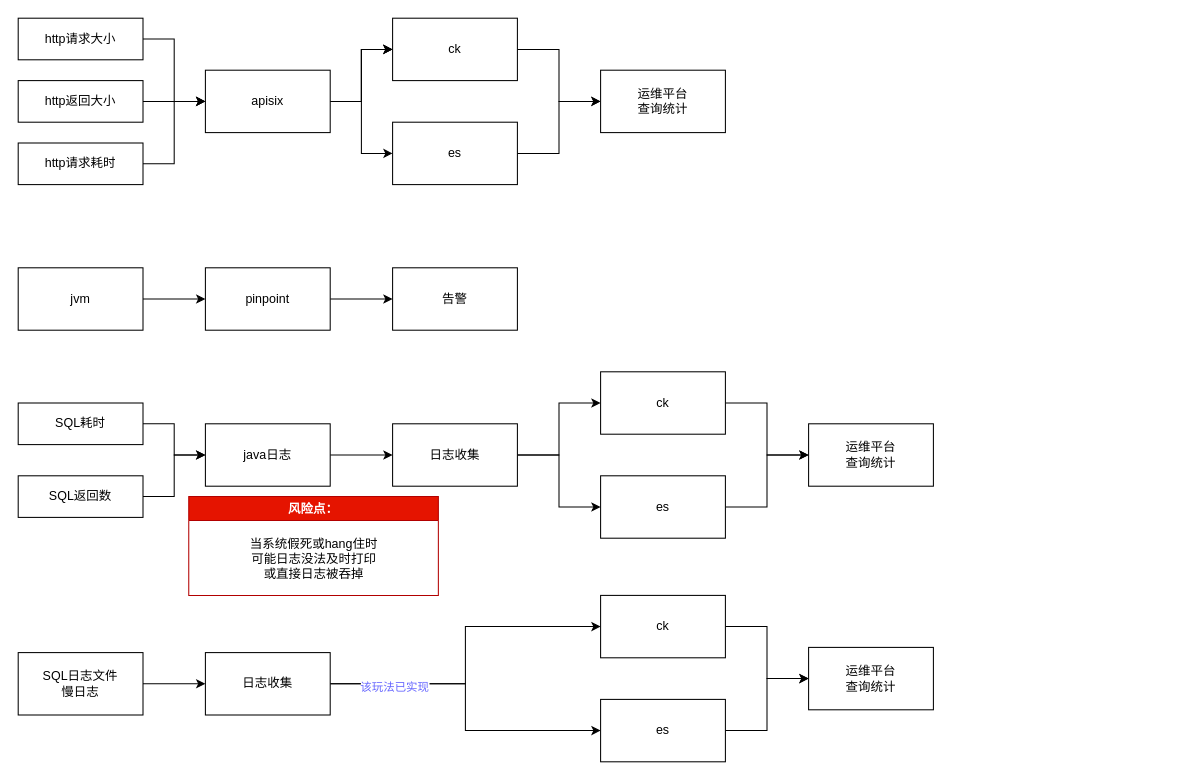
Above: 监控流程.drawio in leafimmortal/my-drawio (draw.io), before the change. Source tidied: cells renumbered, new cells numbered last; positions are measured from the earlier drawing's top-left corner, leaving out a move shared by most shapes. Both pictures are drawn from the tidied source at 104%, with x=0, y=0 at pixel (18, 18).
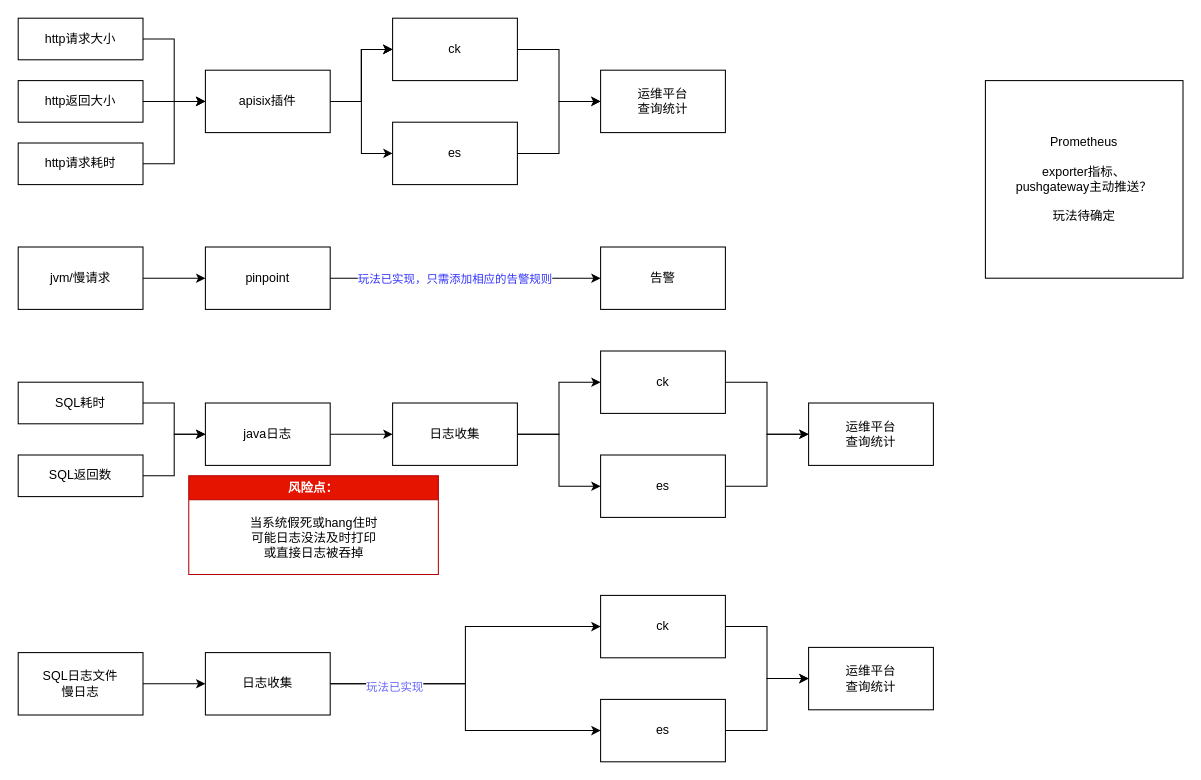
Above is the later version.

Commit message:
更新监控流程.drawio

The change refers to these unchanged cells:
```xml
<mxCell id="20" style="edgeStyle=orthogonalEdgeStyle;rounded=0;jettySize=auto;html=1;" parent="1" edge="1" source="21" target="22">
  <mxGeometry relative="1" as="geometry" />
</mxCell>
<mxCell id="42" style="edgeStyle=orthogonalEdgeStyle;rounded=0;jettySize=auto;html=1;exitX=1;exitY=0.5;exitDx=0;exitDy=0;entryX=0;entryY=0.5;entryDx=0;entryDy=0;" parent="1" edge="1" source="44" target="48">
  <mxGeometry relative="1" as="geometry" />
</mxCell>
```

Diff of the diagram source:
```diff
@@
-    <mxCell id="11" value="apisix" style="rounded=0;whiteSpace=wrap;html=1;" parent="1" vertex="1">
+    <mxCell id="11" value="apisix插件" style="rounded=0;whiteSpace=wrap;html=1;" parent="1" vertex="1">
       <mxGeometry x="180" y="50" width="120" height="60" as="geometry" />
     </mxCell>
@@
-    <mxCell id="19" value="jvm" style="rounded=0;whiteSpace=wrap;html=1;" parent="1" vertex="1">
-      <mxGeometry y="240" width="120" height="60" as="geometry" />
+    <mxCell id="19" value="jvm/慢请求" style="rounded=0;whiteSpace=wrap;html=1;" parent="1" vertex="1">
+      <mxGeometry y="220" width="120" height="60" as="geometry" />
     </mxCell>
@@
+    <mxCell id="50" value="&lt;font color=&quot;#3333ff&quot;&gt;玩法已实现，只需添加相应的告警规则&lt;/font&gt;" style="edgeLabel;html=1;align=center;verticalAlign=middle;" parent="20" vertex="1">
+      <mxGeometry x="-0.42" y="-5" relative="1" as="geometry">
+        <mxPoint x="44" y="-5" as="offset" />
+      </mxGeometry>
+    </mxCell>
     <mxCell id="21" value="pinpoint" style="rounded=0;whiteSpace=wrap;html=1;" parent="1" vertex="1">
-      <mxGeometry x="180" y="240" width="120" height="60" as="geometry" />
+      <mxGeometry x="180" y="220" width="120" height="60" as="geometry" />
     </mxCell>
     <mxCell id="22" value="告警" style="rounded=0;whiteSpace=wrap;html=1;" parent="1" vertex="1">
-      <mxGeometry x="360" y="240" width="120" height="60" as="geometry" />
+      <mxGeometry x="560" y="220" width="120" height="60" as="geometry" />
     </mxCell>
@@
     <mxCell id="24" value="SQL耗时" style="rounded=0;whiteSpace=wrap;html=1;" parent="1" vertex="1">
-      <mxGeometry y="370" width="120" height="40" as="geometry" />
+      <mxGeometry y="350" width="120" height="40" as="geometry" />
     </mxCell>
@@
     <mxCell id="26" value="SQL返回数" style="rounded=0;whiteSpace=wrap;html=1;" parent="1" vertex="1">
-      <mxGeometry y="440" width="120" height="40" as="geometry" />
+      <mxGeometry y="420" width="120" height="40" as="geometry" />
     </mxCell>
@@
     <mxCell id="28" value="java日志" style="rounded=0;whiteSpace=wrap;html=1;" parent="1" vertex="1">
-      <mxGeometry x="180" y="390" width="120" height="60" as="geometry" />
+      <mxGeometry x="180" y="370" width="120" height="60" as="geometry" />
     </mxCell>
@@
     <mxCell id="31" value="日志收集" style="rounded=0;whiteSpace=wrap;html=1;" parent="1" vertex="1">
-      <mxGeometry x="360" y="390" width="120" height="60" as="geometry" />
+      <mxGeometry x="360" y="370" width="120" height="60" as="geometry" />
     </mxCell>
@@
     <mxCell id="33" value="ck" style="rounded=0;whiteSpace=wrap;html=1;" parent="1" vertex="1">
-      <mxGeometry x="560" y="340" width="120" height="60" as="geometry" />
+      <mxGeometry x="560" y="320" width="120" height="60" as="geometry" />
     </mxCell>
@@
     <mxCell id="35" value="es" style="rounded=0;whiteSpace=wrap;html=1;" parent="1" vertex="1">
-      <mxGeometry x="560" y="440" width="120" height="60" as="geometry" />
+      <mxGeometry x="560" y="420" width="120" height="60" as="geometry" />
     </mxCell>
     <mxCell id="36" value="运维平台&lt;div&gt;查询统计&lt;/div&gt;" style="rounded=0;whiteSpace=wrap;html=1;" parent="1" vertex="1">
-      <mxGeometry x="760" y="390" width="120" height="60" as="geometry" />
+      <mxGeometry x="760" y="370" width="120" height="60" as="geometry" />
     </mxCell>
     <mxCell id="37" value="风险点：" style="swimlane;fillColor=#e51400;strokeColor=#B20000;fontColor=#ffffff;" parent="1" vertex="1">
-      <mxGeometry x="164" y="460" width="240" height="95" as="geometry" />
+      <mxGeometry x="164" y="440" width="240" height="95" as="geometry" />
     </mxCell>
@@
-    <mxCell id="43" value="&lt;font color=&quot;#6666ff&quot;&gt;该玩法已实现&lt;/font&gt;" style="edgeLabel;html=1;align=center;verticalAlign=middle;" parent="42" vertex="1">
+    <mxCell id="43" value="&lt;font color=&quot;#6666ff&quot;&gt;玩法已实现&lt;/font&gt;" style="edgeLabel;html=1;align=center;verticalAlign=middle;" parent="42" vertex="1">
       <mxGeometry x="-0.6" y="-2" relative="1" as="geometry" />
     </mxCell>
@@
+    <mxCell id="51" value="Prometheus&lt;div&gt;&lt;br&gt;&lt;/div&gt;&lt;div&gt;exporter指标、&lt;/div&gt;&lt;div&gt;pushgateway主动推送？&lt;/div&gt;&lt;div&gt;&lt;div&gt;&lt;br&gt;&lt;/div&gt;&lt;div&gt;玩法待确定&lt;/div&gt;&lt;/div&gt;" style="rounded=0;whiteSpace=wrap;html=1;" parent="1" vertex="1">
+      <mxGeometry x="930" y="60" width="190" height="190" as="geometry" />
+    </mxCell>
```
